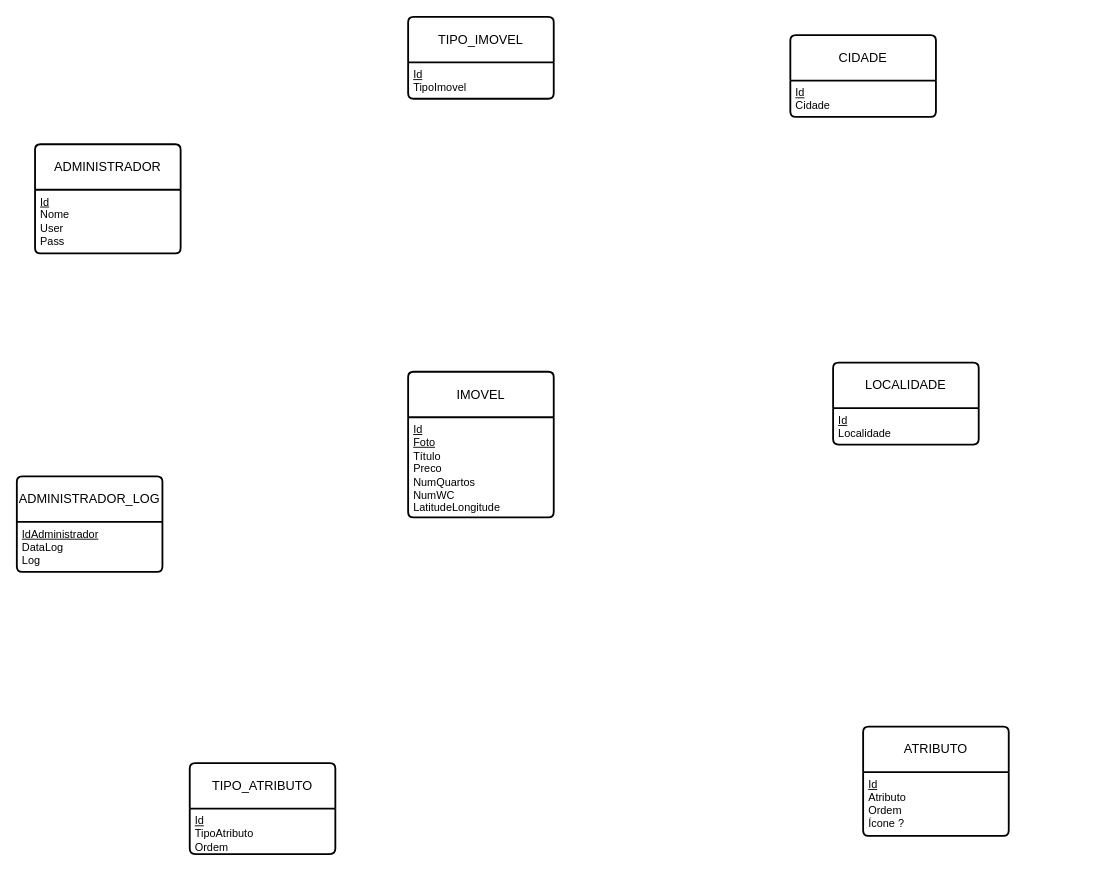
Earlier version of the draw.io diagram 2P-0811-TESTE-2-14622.drawio (Afas09/Analise-de-Sistemas). Source tidied: cells renumbered, new cells numbered last; positions are measured from the earlier drawing's top-left corner, leaving out a move shared by most shapes. Both pictures are drawn from the tidied source at 91%, with x=0, y=0 at pixel (16, 16).
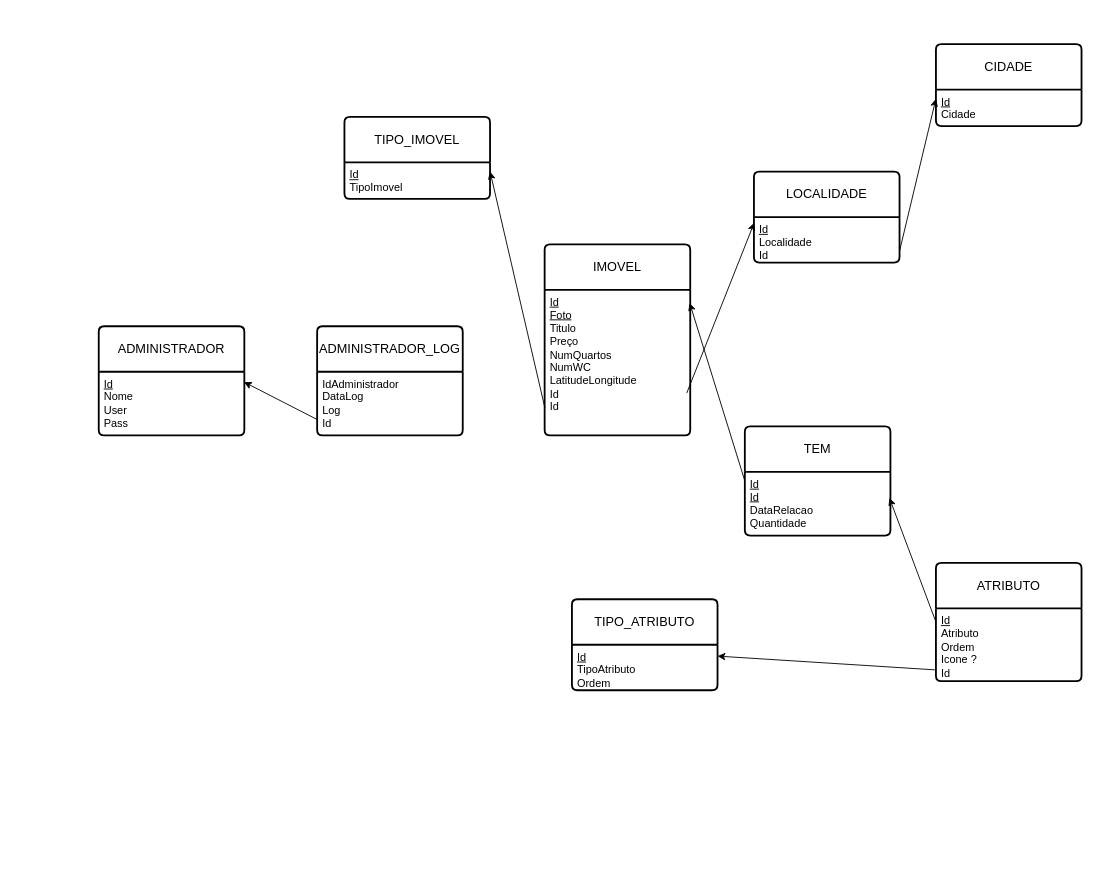
The same page after the edit.

The change refers to these unchanged cells:
```xml
<mxCell id="9" value="&lt;u&gt;Id&lt;/u&gt;&lt;div&gt;TipoAtributo&lt;/div&gt;&lt;div&gt;Ordem&lt;/div&gt;" style="align=left;strokeColor=none;fillColor=none;spacingLeft=4;spacingRight=4;fontSize=12;verticalAlign=top;html=1;whiteSpace=wrap;" parent="8" vertex="1">
  <mxGeometry y="50" width="160" height="50" as="geometry" />
</mxCell>
<mxCell id="11" value="&lt;u&gt;Id&lt;/u&gt;&lt;div&gt;TipoImovel&lt;/div&gt;" style="align=left;strokeColor=none;fillColor=none;spacingLeft=4;spacingRight=4;fontSize=12;verticalAlign=top;html=1;whiteSpace=wrap;" parent="10" vertex="1">
  <mxGeometry y="50" width="160" height="40" as="geometry" />
</mxCell>
<mxCell id="13" value="&lt;u&gt;Id&lt;/u&gt;&lt;div&gt;Cidade&lt;/div&gt;" style="align=left;strokeColor=none;fillColor=none;spacingLeft=4;spacingRight=4;fontSize=12;verticalAlign=top;html=1;whiteSpace=wrap;" parent="12" vertex="1">
  <mxGeometry y="50" width="160" height="40" as="geometry" />
</mxCell>
<mxCell id="17" value="&lt;u&gt;Id&lt;/u&gt;&lt;div&gt;Nome&lt;/div&gt;&lt;div&gt;User&lt;/div&gt;&lt;div&gt;Pass&lt;/div&gt;" style="align=left;strokeColor=none;fillColor=none;spacingLeft=4;spacingRight=4;fontSize=12;verticalAlign=top;html=1;whiteSpace=wrap;" parent="16" vertex="1">
  <mxGeometry y="50" width="160" height="70" as="geometry" />
</mxCell>
```

The edit, as a diff of the source:
```diff
@@
     <mxCell id="2" value="ADMINISTRADOR_LOG" style="swimlane;horizontal=1;startSize=50;rounded=1;fontSize=14;fontStyle=0;strokeWidth=2;shadow=0;dashed=0;align=center;arcSize=4;whiteSpace=wrap;html=1;" parent="1" vertex="1">
-      <mxGeometry y="505" width="160" height="105" as="geometry" />
+      <mxGeometry x="330" y="340" width="160" height="120" as="geometry" />
     </mxCell>
-    <mxCell id="3" value="&lt;u&gt;IdAdministrador&lt;/u&gt;&lt;div&gt;DataLog&lt;/div&gt;&lt;div&gt;Log&lt;/div&gt;" style="align=left;strokeColor=none;fillColor=none;spacingLeft=4;spacingRight=4;fontSize=12;verticalAlign=top;html=1;whiteSpace=wrap;" parent="2" vertex="1">
-      <mxGeometry y="50" width="160" height="55" as="geometry" />
+    <mxCell id="3" value="IdAdministrador&lt;div&gt;DataLog&lt;/div&gt;&lt;div&gt;Log&lt;/div&gt;&lt;div&gt;Id&lt;/div&gt;" style="align=left;strokeColor=none;fillColor=none;spacingLeft=4;spacingRight=4;fontSize=12;verticalAlign=top;html=1;whiteSpace=wrap;" parent="2" vertex="1">
+      <mxGeometry y="50" width="160" height="70" as="geometry" />
     </mxCell>
-    <mxCell id="4" value="IMOVEL" style="swimlane;horizontal=1;startSize=50;rounded=1;fontSize=14;fontStyle=0;strokeWidth=2;shadow=0;dashed=0;align=center;arcSize=4;whiteSpace=wrap;html=1;" parent="1" vertex="1">
-      <mxGeometry x="430" y="390" width="160" height="160" as="geometry" />
+    <mxCell id="4" value="IMOVEL" style="swimlane;horizontal=1;startSize=50;rounded=1;fontSize=14;fontStyle=0;strokeWidth=2;shadow=0;align=center;arcSize=4;whiteSpace=wrap;html=1;" parent="1" vertex="1">
+      <mxGeometry x="580" y="250" width="160" height="210" as="geometry" />
     </mxCell>
-    <mxCell id="5" value="&lt;u&gt;Id&lt;/u&gt;&lt;div&gt;&lt;u&gt;Foto&lt;br&gt;&lt;/u&gt;&lt;div&gt;Título&lt;/div&gt;&lt;div&gt;Preco&lt;/div&gt;&lt;div&gt;NumQuartos&lt;/div&gt;&lt;div&gt;NumWC&lt;/div&gt;&lt;div&gt;LatitudeLongitude&lt;/div&gt;&lt;/div&gt;" style="align=left;strokeColor=none;fillColor=none;spacingLeft=4;spacingRight=4;fontSize=12;verticalAlign=top;html=1;whiteSpace=wrap;" parent="4" vertex="1">
-      <mxGeometry y="50" width="160" height="110" as="geometry" />
+    <mxCell id="5" value="&lt;u&gt;Id&lt;/u&gt;&lt;div&gt;&lt;u&gt;Foto&lt;br&gt;&lt;/u&gt;&lt;div&gt;Titulo&lt;/div&gt;&lt;div&gt;Preço&lt;/div&gt;&lt;div&gt;NumQuartos&lt;/div&gt;&lt;div&gt;NumWC&lt;/div&gt;&lt;div&gt;LatitudeLongitude&lt;/div&gt;&lt;/div&gt;&lt;div&gt;Id&lt;/div&gt;&lt;div&gt;Id&lt;/div&gt;" style="align=left;strokeColor=none;fillColor=none;spacingLeft=4;spacingRight=4;fontSize=12;verticalAlign=top;html=1;whiteSpace=wrap;" parent="4" vertex="1">
+      <mxGeometry y="50" width="160" height="160" as="geometry" />
     </mxCell>
     <mxCell id="6" value="LOCALIDADE" style="swimlane;horizontal=1;startSize=50;rounded=1;fontSize=14;fontStyle=0;strokeWidth=2;shadow=0;dashed=0;align=center;arcSize=4;whiteSpace=wrap;html=1;" parent="1" vertex="1">
-      <mxGeometry x="897" y="380" width="160" height="90" as="geometry" />
+      <mxGeometry x="810" y="170" width="160" height="100" as="geometry" />
     </mxCell>
-    <mxCell id="7" value="&lt;u&gt;Id&lt;/u&gt;&lt;div&gt;Localidade&lt;/div&gt;" style="align=left;strokeColor=none;fillColor=none;spacingLeft=4;spacingRight=4;fontSize=12;verticalAlign=top;html=1;whiteSpace=wrap;" parent="6" vertex="1">
-      <mxGeometry y="50" width="160" height="40" as="geometry" />
+    <mxCell id="7" value="&lt;u&gt;Id&lt;/u&gt;&lt;div&gt;Localidade&lt;/div&gt;&lt;div&gt;Id&lt;/div&gt;" style="align=left;strokeColor=none;fillColor=none;spacingLeft=4;spacingRight=4;fontSize=12;verticalAlign=top;html=1;whiteSpace=wrap;" parent="6" vertex="1">
+      <mxGeometry y="50" width="160" height="50" as="geometry" />
     </mxCell>
     <mxCell id="8" value="TIPO_ATRIBUTO" style="swimlane;horizontal=1;startSize=50;rounded=1;fontSize=14;fontStyle=0;strokeWidth=2;shadow=0;dashed=0;align=center;arcSize=4;whiteSpace=wrap;html=1;" parent="1" vertex="1">
-      <mxGeometry x="190" y="820" width="160" height="100" as="geometry" />
+      <mxGeometry x="610" y="640" width="160" height="100" as="geometry" />
     </mxCell>
@@
     <mxCell id="10" value="TIPO_IMOVEL" style="swimlane;horizontal=1;startSize=50;rounded=1;fontSize=14;fontStyle=0;strokeWidth=2;shadow=0;dashed=0;align=center;arcSize=4;whiteSpace=wrap;html=1;" parent="1" vertex="1">
-      <mxGeometry x="430" width="160" height="90" as="geometry" />
+      <mxGeometry x="360" y="110" width="160" height="90" as="geometry" />
     </mxCell>
@@
     <mxCell id="12" value="CIDADE" style="swimlane;horizontal=1;startSize=50;rounded=1;fontSize=14;fontStyle=0;strokeWidth=2;shadow=0;dashed=0;align=center;arcSize=4;whiteSpace=wrap;html=1;" parent="1" vertex="1">
-      <mxGeometry x="850" y="20" width="160" height="90" as="geometry" />
+      <mxGeometry x="1010" y="30" width="160" height="90" as="geometry" />
     </mxCell>
@@
     <mxCell id="14" value="ATRIBUTO" style="swimlane;horizontal=1;startSize=50;rounded=1;fontSize=14;fontStyle=0;strokeWidth=2;shadow=0;dashed=0;align=center;arcSize=4;whiteSpace=wrap;html=1;" parent="1" vertex="1">
-      <mxGeometry x="930" y="780" width="160" height="120" as="geometry" />
+      <mxGeometry x="1010" y="600" width="160" height="130" as="geometry" />
     </mxCell>
-    <mxCell id="15" value="&lt;u&gt;Id&lt;/u&gt;&lt;div&gt;Atributo&lt;/div&gt;&lt;div&gt;Ordem&lt;/div&gt;&lt;div&gt;Ícone ?&lt;/div&gt;" style="align=left;strokeColor=none;fillColor=none;spacingLeft=4;spacingRight=4;fontSize=12;verticalAlign=top;html=1;whiteSpace=wrap;" parent="14" vertex="1">
-      <mxGeometry y="50" width="160" height="70" as="geometry" />
+    <mxCell id="15" value="&lt;u&gt;Id&lt;/u&gt;&lt;div&gt;Atributo&lt;/div&gt;&lt;div&gt;Ordem&lt;/div&gt;&lt;div&gt;Icone ?&lt;/div&gt;&lt;div&gt;Id&lt;/div&gt;" style="align=left;strokeColor=none;fillColor=none;spacingLeft=4;spacingRight=4;fontSize=12;verticalAlign=top;html=1;whiteSpace=wrap;" parent="14" vertex="1">
+      <mxGeometry y="50" width="160" height="80" as="geometry" />
     </mxCell>
     <mxCell id="16" value="ADMINISTRADOR" style="swimlane;horizontal=1;startSize=50;rounded=1;fontSize=14;fontStyle=0;strokeWidth=2;shadow=0;dashed=0;align=center;arcSize=4;whiteSpace=wrap;html=1;" parent="1" vertex="1">
-      <mxGeometry x="20" y="140" width="160" height="120" as="geometry" />
+      <mxGeometry x="90" y="340" width="160" height="120" as="geometry" />
     </mxCell>
@@
+    <mxCell id="18" style="endArrow=classic;html=1;rounded=0;entryX=0;entryY=0.25;entryDx=0;entryDy=0;exitX=1;exitY=0.75;exitDx=0;exitDy=0;" parent="1" edge="1" source="7" target="13">
+      <mxGeometry relative="1" as="geometry" />
+    </mxCell>
+    <mxCell id="19" style="endArrow=classic;html=1;rounded=0;entryX=0.002;entryY=0.126;entryDx=0;entryDy=0;entryPerimeter=0;exitX=0.976;exitY=0.709;exitDx=0;exitDy=0;exitPerimeter=0;" parent="1" edge="1" source="5" target="7">
+      <mxGeometry relative="1" as="geometry" />
+    </mxCell>
+    <mxCell id="20" style="endArrow=classic;html=1;rounded=0;entryX=1;entryY=0.25;entryDx=0;entryDy=0;exitX=0.002;exitY=0.812;exitDx=0;exitDy=0;exitPerimeter=0;" parent="1" edge="1" source="5" target="11">
+      <mxGeometry relative="1" as="geometry" />
+    </mxCell>
+    <mxCell id="21" style="endArrow=classic;html=1;rounded=0;entryX=0.998;entryY=0.162;entryDx=0;entryDy=0;entryPerimeter=0;exitX=0;exitY=0.75;exitDx=0;exitDy=0;" parent="1" edge="1" source="3" target="17">
+      <mxGeometry relative="1" as="geometry" />
+    </mxCell>
+    <mxCell id="22" value="TEM" style="swimlane;horizontal=1;startSize=50;rounded=1;fontSize=14;fontStyle=0;strokeWidth=2;shadow=0;dashed=0;align=center;arcSize=4;whiteSpace=wrap;html=1;" parent="1" vertex="1">
+      <mxGeometry x="800" y="450" width="160" height="120" as="geometry" />
+    </mxCell>
+    <mxCell id="23" value="&lt;u&gt;Id&lt;/u&gt;&lt;div&gt;&lt;u&gt;Id&lt;/u&gt;&lt;/div&gt;&lt;div&gt;DataRelacao&lt;/div&gt;&lt;div&gt;Quantidade&lt;/div&gt;" style="align=left;strokeColor=none;fillColor=none;spacingLeft=4;spacingRight=4;fontSize=12;verticalAlign=top;html=1;whiteSpace=wrap;" parent="22" vertex="1">
+      <mxGeometry y="50" width="160" height="70" as="geometry" />
+    </mxCell>
+    <mxCell id="24" style="endArrow=classic;html=1;rounded=0;entryX=0.996;entryY=0.09;entryDx=0;entryDy=0;entryPerimeter=0;exitX=0;exitY=0.5;exitDx=0;exitDy=0;" parent="1" edge="1" source="22" target="5">
+      <mxGeometry relative="1" as="geometry" />
+    </mxCell>
+    <mxCell id="25" style="endArrow=classic;html=1;rounded=0;entryX=0.993;entryY=0.41;entryDx=0;entryDy=0;entryPerimeter=0;exitX=0;exitY=0.5;exitDx=0;exitDy=0;" parent="1" edge="1" source="14" target="23">
+      <mxGeometry relative="1" as="geometry" />
+    </mxCell>
+    <mxCell id="26" style="endArrow=classic;html=1;rounded=0;exitX=-0.007;exitY=0.845;exitDx=0;exitDy=0;exitPerimeter=0;entryX=1;entryY=0.25;entryDx=0;entryDy=0;" parent="1" edge="1" source="15" target="9">
+      <mxGeometry relative="1" as="geometry" />
+    </mxCell>
```
